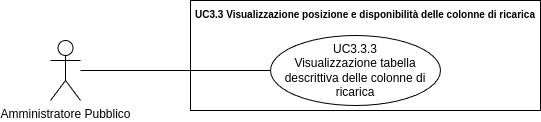
This is src/3_PB/AnalisiDeiRequisiti/assets/UML/UC3.3.3_Visualizzazione-tabella-descrittiva-delle-colonne-di-ricarica.png from SWATEngineering/Docs, a draw.io export, as it was before one commit. Source tidied: cells renumbered, new cells last; positions are measured from the earlier drawing's top-left corner, leaving out a move shared by most shapes.
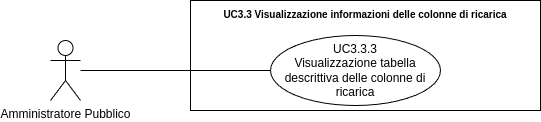
After the commit.

What changed in the source:
```diff
@@ -5,7 +5,7 @@
     <mxCell id="2" value="Amministratore Pubblico" style="shape=umlActor;verticalLabelPosition=bottom;verticalAlign=top;html=1;outlineConnect=0;" parent="1" vertex="1">
       <mxGeometry y="40" width="30" height="60" as="geometry" />
     </mxCell>
-    <mxCell id="3" value="&lt;b style=&quot;border-color: var(--border-color);&quot;&gt;&lt;font style=&quot;font-size: 10px;&quot;&gt;UC3.3 Visualizzazione posizione e disponibilità delle colonne di ricarica&lt;/font&gt;&lt;/b&gt;" style="shape=rect;html=1;verticalAlign=top;fontStyle=1;whiteSpace=wrap;align=center;" parent="1" vertex="1">
+    <mxCell id="3" value="&lt;b style=&quot;border-color: var(--border-color);&quot;&gt;&lt;font style=&quot;border-color: var(--border-color); font-size: 10px;&quot;&gt;UC3.3 Visualizzazione informazioni delle colonne di ricarica&lt;/font&gt;&lt;/b&gt;" style="shape=rect;html=1;verticalAlign=top;fontStyle=1;whiteSpace=wrap;align=center;" parent="1" vertex="1">
       <mxGeometry x="140" width="350" height="110" as="geometry" />
     </mxCell>
     <mxCell id="4" value="UC3.3.3&lt;br&gt;Visualizzazione tabella descrittiva delle colonne di ricarica" style="ellipse;whiteSpace=wrap;html=1;" parent="1" vertex="1">
```
